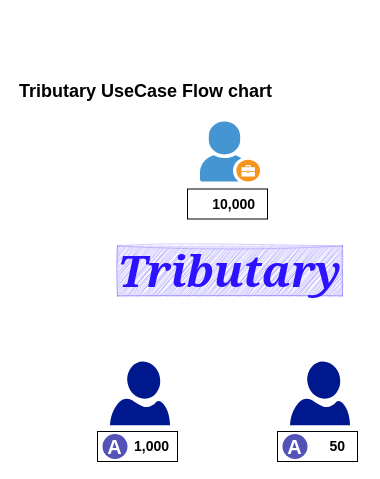
AkameLLC-Tributary/Tributary keeps this draw.io diagram as 100_doc/100_define/Tributary.drawio. Above is the earlier version. Source tidied: cells renumbered, new cells numbered last; positions are measured from the earlier drawing's top-left corner, leaving out a move shared by most shapes. Both pictures are drawn from the tidied source at 100%, with x=0, y=0 at pixel (17, 71). Pictures stored in the file or linked from it are replaced by grey dashed boxes.
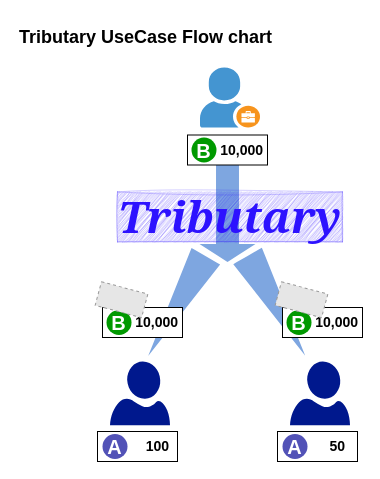
The same diagram, later.

Commit message (it also covers changes not shown here):
Tributary.drawio を更新します

Unchanged cells that the change refers to:
```xml
<mxCell id="13" style="group;" parent="1" vertex="1">
  <mxGeometry x="80" y="360" width="85" height="30" as="geometry" />
</mxCell>
```

What changed in the source:
```diff
@@
+    <mxCell id="24" style="html=1;shadow=0;dashed=0;align=center;verticalAlign=middle;shape=mxgraph.arrows2.arrow;dy=0.22;dx=135;direction=south;notch=0;rotation=-30;strokeColor=none;fillColor=#7EA6E0;" parent="1" vertex="1">
+      <mxGeometry x="242.4" y="176.7" width="33" height="115.3" as="geometry" />
+    </mxCell>
+    <mxCell id="25" style="html=1;shadow=0;dashed=0;align=center;verticalAlign=middle;shape=mxgraph.arrows2.arrow;dy=0.59;dx=18.1;direction=south;notch=0;rotation=0;strokeColor=none;fillColor=#7EA6E0;" parent="1" vertex="1">
+      <mxGeometry x="182" y="93.5" width="56" height="97" as="geometry" />
+    </mxCell>
     <mxCell id="2" value="&lt;b style=&quot;&quot;&gt;&lt;font style=&quot;font-size: 18px;&quot;&gt;Tributary UseCase Flow chart&lt;/font&gt;&lt;/b&gt;" style="text;html=1;align=left;verticalAlign=middle;whiteSpace=wrap;rounded=0;" parent="1" vertex="1">
-      <mxGeometry width="290" height="40" as="geometry" />
+      <mxGeometry y="-54" width="290" height="40" as="geometry" />
     </mxCell>
     <mxCell id="3" style="shadow=0;dashed=0;html=1;strokeColor=none;fillColor=#4495D1;labelPosition=center;verticalLabelPosition=bottom;verticalAlign=top;align=center;shape=mxgraph.veeam.company_owner;" parent="1" vertex="1">
-      <mxGeometry x="182.5" y="50" width="60" height="60" as="geometry" />
+      <mxGeometry x="182.5" y="-4" width="60" height="60" as="geometry" />
     </mxCell>
     <mxCell id="4" value="&lt;font style=&quot;font-size: 44px;&quot;&gt;&lt;i style=&quot;&quot;&gt;&lt;b&gt;Tributary&lt;/b&gt;&lt;/i&gt;&lt;/font&gt;" style="rounded=0;whiteSpace=wrap;html=1;fillColor=#2D12FF;strokeColor=#2D12FF;fontColor=#2D12FF;glass=0;strokeWidth=0.2;fontFamily=Georgia;sketch=1;curveFitting=1;jiggle=2;" parent="1" vertex="1">
-      <mxGeometry x="100" y="174.4" width="225" height="50" as="geometry" />
+      <mxGeometry x="100" y="120.4" width="225" height="50" as="geometry" />
     </mxCell>
@@
-    <mxCell id="18" value="&lt;span style=&quot;font-size: 14px;&quot;&gt;&lt;b&gt;1,000&lt;/b&gt;&lt;/span&gt;" style="text;html=1;align=left;verticalAlign=middle;whiteSpace=wrap;rounded=0;" parent="13" vertex="1">
-      <mxGeometry x="35" y="5" width="50" height="20" as="geometry" />
+    <mxCell id="18" value="&lt;span style=&quot;font-size: 14px;&quot;&gt;&lt;b&gt;100&lt;/b&gt;&lt;/span&gt;" style="text;html=1;align=right;verticalAlign=middle;whiteSpace=wrap;rounded=0;" parent="13" vertex="1">
+      <mxGeometry x="35" y="5" width="39" height="20" as="geometry" />
     </mxCell>
+    <mxCell id="26" style="group;" parent="1" vertex="1">
+      <mxGeometry x="170" y="63.5" width="80" height="30" as="geometry" />
+    </mxCell>
+    <mxCell id="22" style="rounded=0;whiteSpace=wrap;html=1;" parent="26" vertex="1">
+      <mxGeometry width="80" height="30" as="geometry" />
+    </mxCell>
-    <mxCell id="19" style="group;" parent="1" vertex="1">
-      <mxGeometry x="174" y="120" width="25" height="25" as="geometry" />
+    <mxCell id="19" style="group;" parent="26" vertex="1">
+      <mxGeometry x="4" y="2.5" width="25" height="25" as="geometry" />
     </mxCell>
@@
-    <mxCell id="22" style="rounded=0;whiteSpace=wrap;html=1;" parent="1" vertex="1">
-      <mxGeometry x="170" y="117.5" width="80" height="30" as="geometry" />
-    </mxCell>
-    <mxCell id="23" value="&lt;span style=&quot;font-size: 14px;&quot;&gt;&lt;b&gt;10,000&lt;/b&gt;&lt;/span&gt;" style="text;html=1;align=right;verticalAlign=middle;whiteSpace=wrap;rounded=0;" parent="1" vertex="1">
-      <mxGeometry x="205" y="122.5" width="35" height="20" as="geometry" />
+    <mxCell id="23" value="&lt;span style=&quot;font-size: 14px;&quot;&gt;&lt;b&gt;10,000&lt;/b&gt;&lt;/span&gt;" style="text;html=1;align=right;verticalAlign=middle;whiteSpace=wrap;rounded=0;" parent="26" vertex="1">
+      <mxGeometry x="43" y="5" width="35" height="20" as="geometry" />
     </mxCell>
+    <mxCell id="27" style="group;" parent="1" vertex="1">
+      <mxGeometry x="77.7" y="210.2" width="114.3" height="87.1" as="geometry" />
+    </mxCell>
+    <mxCell id="28" style="html=1;shadow=0;dashed=0;align=center;verticalAlign=middle;shape=mxgraph.arrows2.arrow;dy=0.22;dx=135;direction=south;notch=0;rotation=30;strokeColor=none;fillColor=#7EA6E0;" parent="27" vertex="1">
+      <mxGeometry x="65.3" y="-33.2" width="33" height="115.3" as="geometry" />
+    </mxCell>
+    <mxCell id="29" style="group;" parent="27" vertex="1">
+      <mxGeometry x="7.3" y="25.8" width="80" height="30" as="geometry" />
+    </mxCell>
+    <mxCell id="30" style="rounded=0;whiteSpace=wrap;html=1;" parent="29" vertex="1">
+      <mxGeometry width="80" height="30" as="geometry" />
+    </mxCell>
+    <mxCell id="31" style="group;" parent="29" vertex="1">
+      <mxGeometry x="4" y="2.5" width="25" height="25" as="geometry" />
+    </mxCell>
+    <mxCell id="32" style="ellipse;whiteSpace=wrap;html=1;strokeColor=none;fillColor=light-dark(#009900,#CDCDFF);" parent="31" vertex="1">
+      <mxGeometry width="25" height="25" as="geometry" />
+    </mxCell>
+    <mxCell id="33" value="&lt;span&gt;&lt;b&gt;B&lt;/b&gt;&lt;/span&gt;" style="text;html=1;align=center;verticalAlign=middle;whiteSpace=wrap;rounded=0;fontSize=20;fontColor=#FFFFFF;" parent="31" vertex="1">
+      <mxGeometry x="10" y="10" width="5" height="5" as="geometry" />
+    </mxCell>
+    <mxCell id="34" value="&lt;span style=&quot;font-size: 14px;&quot;&gt;&lt;b&gt;10,000&lt;/b&gt;&lt;/span&gt;" style="text;html=1;align=right;verticalAlign=middle;whiteSpace=wrap;rounded=0;" parent="29" vertex="1">
+      <mxGeometry x="43" y="5" width="35" height="20" as="geometry" />
+    </mxCell>
+    <mxCell id="35" style="fillColor=#E6E6E6;strokeColor=#999999;dashed=1;html=1;verticalAlign=top;verticalLabelPosition=bottom;labelBackgroundColor=#ffffff;rotation=15;" parent="27" vertex="1">
+      <mxGeometry x="2.3" y="5.8" width="48" height="24.4" as="geometry" />
+    </mxCell>
+    <mxCell id="36" style="group;" parent="1" vertex="1">
+      <mxGeometry x="257.7" y="210.2" width="87.3" height="55.8" as="geometry" />
+    </mxCell>
+    <mxCell id="37" style="group;" parent="36" vertex="1">
+      <mxGeometry x="7.3" y="25.8" width="80" height="30" as="geometry" />
+    </mxCell>
+    <mxCell id="38" style="rounded=0;whiteSpace=wrap;html=1;" parent="37" vertex="1">
+      <mxGeometry width="80" height="30" as="geometry" />
+    </mxCell>
+    <mxCell id="39" style="group;" parent="37" vertex="1">
+      <mxGeometry x="4" y="2.5" width="25" height="25" as="geometry" />
+    </mxCell>
+    <mxCell id="40" style="ellipse;whiteSpace=wrap;html=1;strokeColor=none;fillColor=light-dark(#009900,#CDCDFF);" parent="39" vertex="1">
+      <mxGeometry width="25" height="25" as="geometry" />
+    </mxCell>
+    <mxCell id="41" value="&lt;span&gt;&lt;b&gt;B&lt;/b&gt;&lt;/span&gt;" style="text;html=1;align=center;verticalAlign=middle;whiteSpace=wrap;rounded=0;fontSize=20;fontColor=#FFFFFF;" parent="39" vertex="1">
+      <mxGeometry x="10" y="10" width="5" height="5" as="geometry" />
+    </mxCell>
+    <mxCell id="42" value="&lt;span style=&quot;font-size: 14px;&quot;&gt;&lt;b&gt;10,000&lt;/b&gt;&lt;/span&gt;" style="text;html=1;align=right;verticalAlign=middle;whiteSpace=wrap;rounded=0;" parent="37" vertex="1">
+      <mxGeometry x="43" y="5" width="35" height="20" as="geometry" />
+    </mxCell>
+    <mxCell id="43" style="fillColor=#E6E6E6;strokeColor=#999999;dashed=1;html=1;verticalAlign=top;verticalLabelPosition=bottom;labelBackgroundColor=#ffffff;rotation=15;" parent="36" vertex="1">
+      <mxGeometry x="2.3" y="5.8" width="48" height="24.4" as="geometry" />
+    </mxCell>
```
